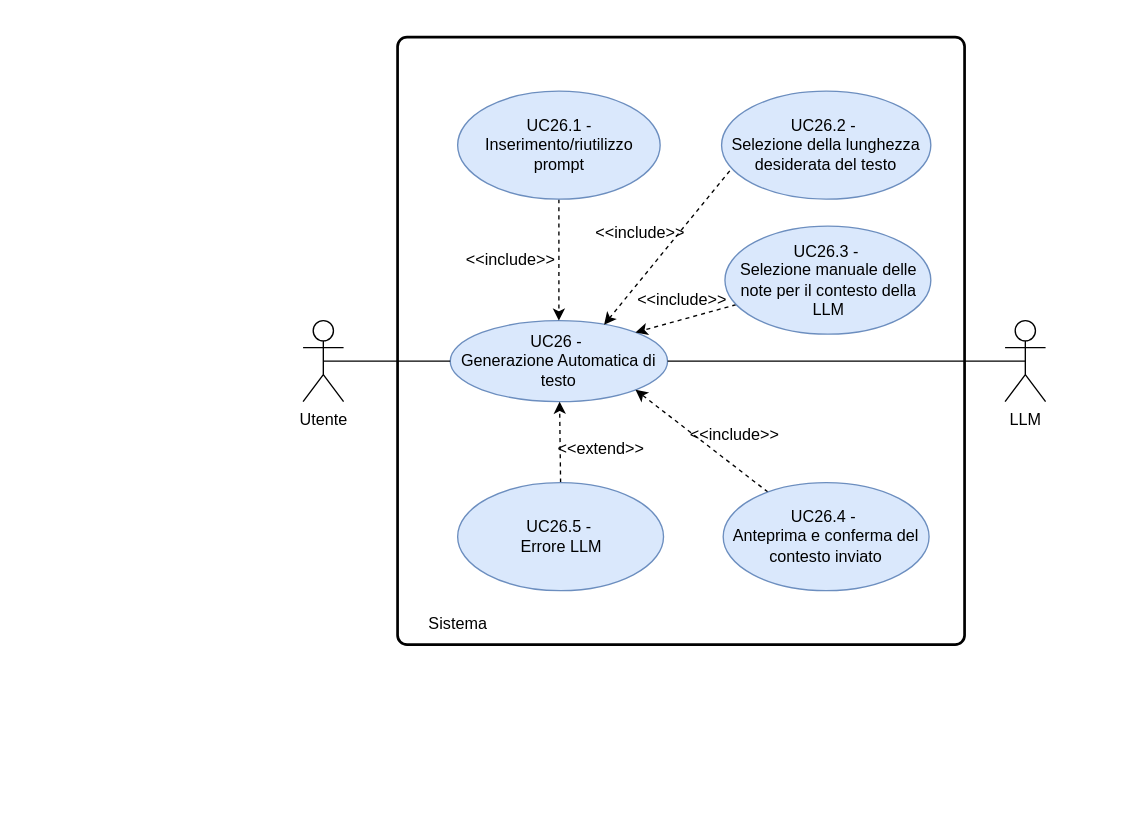
Above: RTB/doc_esterna/analisi-dei-requisiti/assets/draw.io/UC26.drawio in thebitless-group-swe/thebitless.github.io (draw.io), before the change. Source tidied: cells renumbered, new cells numbered last; positions are measured from the earlier drawing's top-left corner, leaving out a move shared by most shapes. Both pictures are drawn from the tidied source at 135%, with x=0, y=0 at pixel (302, 36).
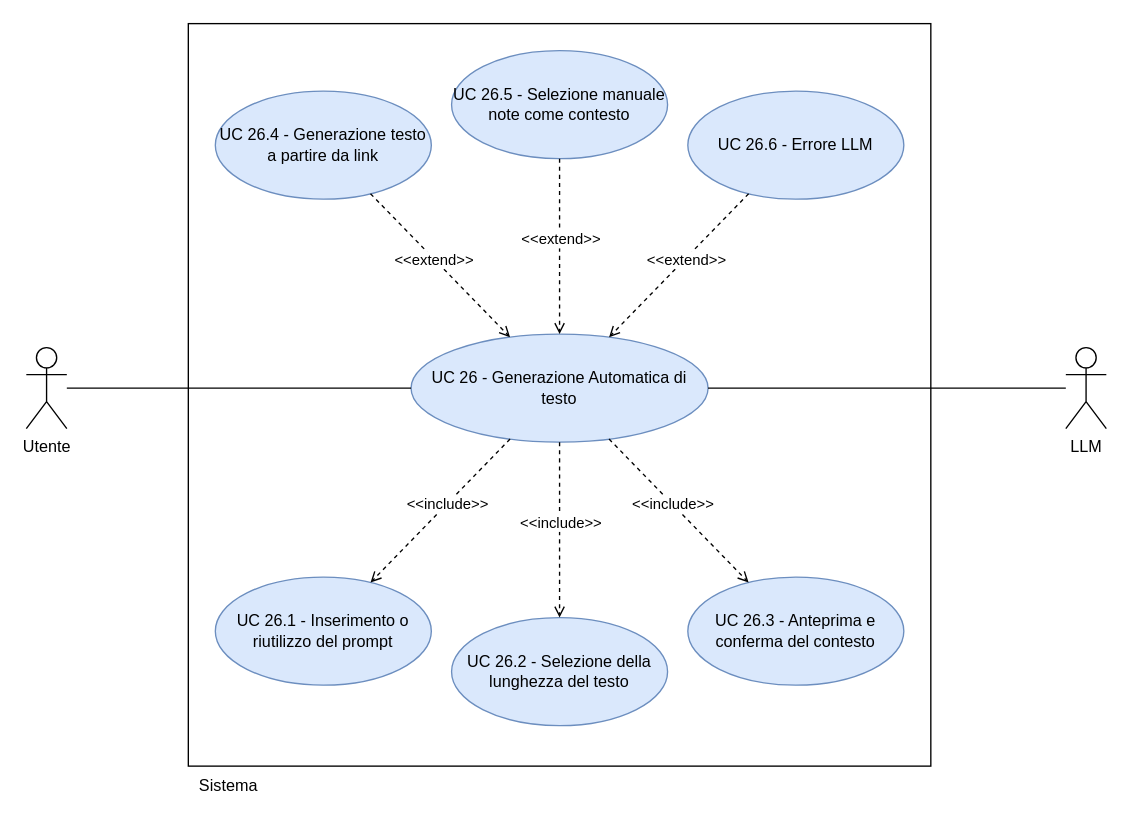
Above is the later version.

Diff of the diagram source:
```diff
@@
-    <mxCell id="2" style="rounded=1;whiteSpace=wrap;html=1;absoluteArcSize=1;arcSize=14;strokeWidth=2;" parent="1" vertex="1">
-      <mxGeometry x="70" width="420" height="450" as="geometry" />
-    </mxCell>
     <mxCell id="3" value="Utente" style="shape=umlActor;verticalLabelPosition=bottom;verticalAlign=top;html=1;outlineConnect=0;" parent="1" vertex="1">
-      <mxGeometry y="210" width="30" height="60" as="geometry" />
+      <mxGeometry x="-205" y="230" width="30" height="60" as="geometry" />
     </mxCell>
-    <mxCell id="4" value="LLM&lt;div&gt;&lt;br&gt;&lt;/div&gt;" style="shape=umlActor;verticalLabelPosition=bottom;verticalAlign=top;html=1;outlineConnect=0;" parent="1" vertex="1">
-      <mxGeometry x="520" y="210" width="30" height="60" as="geometry" />
+    <mxCell id="4" value="LLM" style="shape=umlActor;verticalLabelPosition=bottom;verticalAlign=top;html=1;outlineConnect=0;" parent="1" vertex="1">
+      <mxGeometry x="565" y="230" width="30" height="60" as="geometry" />
     </mxCell>
+    <mxCell id="24" style="whiteSpace=wrap;html=1;" parent="1" vertex="1">
+      <mxGeometry x="-85" y="-10" width="550" height="550" as="geometry" />
+    </mxCell>
     <mxCell id="5" value="Sistema" style="text;html=1;whiteSpace=wrap;strokeColor=none;fillColor=none;align=center;verticalAlign=middle;rounded=0;" parent="1" vertex="1">
-      <mxGeometry x="70" y="420" width="90" height="30" as="geometry" />
+      <mxGeometry x="-85" y="540" width="60" height="30" as="geometry" />
     </mxCell>
-    <mxCell id="6" value="UC26 -&amp;nbsp;&lt;div&gt;Generazione Automatica di testo&lt;/div&gt;" style="ellipse;whiteSpace=wrap;html=1;fillColor=#dae8fc;strokeColor=#6c8ebf;" parent="1" vertex="1">
-      <mxGeometry x="109" y="210" width="161" height="60" as="geometry" />
-    </mxCell>
-    <mxCell id="7" style="edgeStyle=orthogonalEdgeStyle;rounded=0;jettySize=auto;html=1;dashed=1;" parent="1" edge="1" source="8" target="6">
-      <mxGeometry relative="1" as="geometry" />
-    </mxCell>
-    <mxCell id="8" value="UC26.1 - Inserimento/riutilizzo prompt" style="ellipse;whiteSpace=wrap;html=1;fillColor=#dae8fc;strokeColor=#6c8ebf;" parent="1" vertex="1">
-      <mxGeometry x="114.5" y="40" width="150" height="80" as="geometry" />
-    </mxCell>
-    <mxCell id="9" style="rounded=0;jettySize=auto;html=1;entryX=0.708;entryY=0.05;entryDx=0;entryDy=0;exitX=0.039;exitY=0.738;exitDx=0;exitDy=0;entryPerimeter=0;exitPerimeter=0;dashed=1;" parent="1" edge="1" source="10" target="6">
-      <mxGeometry relative="1" as="geometry" />
-    </mxCell>
-    <mxCell id="10" value="UC26.2 -&amp;nbsp;&lt;div&gt;Selezione della lunghezza desiderata del testo&lt;/div&gt;" style="ellipse;whiteSpace=wrap;html=1;fillColor=#dae8fc;strokeColor=#6c8ebf;" parent="1" vertex="1">
-      <mxGeometry x="310" y="40" width="155" height="80" as="geometry" />
-    </mxCell>
-    <mxCell id="11" style="rounded=0;jettySize=auto;html=1;entryX=1;entryY=0;entryDx=0;entryDy=0;dashed=1;" parent="1" edge="1" source="12" target="6">
-      <mxGeometry relative="1" as="geometry" />
-    </mxCell>
-    <mxCell id="12" value="UC26.3 -&amp;nbsp;&lt;div&gt;Selezione manuale delle note per il contesto della LLM&lt;/div&gt;" style="ellipse;whiteSpace=wrap;html=1;fillColor=#dae8fc;strokeColor=#6c8ebf;" parent="1" vertex="1">
-      <mxGeometry x="312.5" y="140" width="152.5" height="80" as="geometry" />
-    </mxCell>
-    <mxCell id="13" style="endArrow=none;html=1;rounded=0;exitX=0.5;exitY=0.5;exitDx=0;exitDy=0;exitPerimeter=0;entryX=0;entryY=0.5;entryDx=0;entryDy=0;" parent="1" edge="1" source="3" target="6">
-      <mxGeometry relative="1" as="geometry" />
-    </mxCell>
-    <mxCell id="14" style="endArrow=none;html=1;rounded=0;entryX=0.5;entryY=0.5;entryDx=0;entryDy=0;entryPerimeter=0;exitX=1;exitY=0.5;exitDx=0;exitDy=0;" parent="1" edge="1" source="6" target="4">
-      <mxGeometry relative="1" as="geometry" />
-    </mxCell>
-    <mxCell id="15" style="rounded=0;jettySize=auto;html=1;entryX=1;entryY=1;entryDx=0;entryDy=0;dashed=1;" parent="1" edge="1" source="16" target="6">
-      <mxGeometry relative="1" as="geometry" />
-    </mxCell>
-    <mxCell id="16" value="UC26.4 -&amp;nbsp;&lt;div&gt;Anteprima e conferma del contesto inviato&lt;/div&gt;" style="ellipse;whiteSpace=wrap;html=1;fillColor=#dae8fc;strokeColor=#6c8ebf;" parent="1" vertex="1">
-      <mxGeometry x="311.2" y="330" width="152.5" height="80" as="geometry" />
-    </mxCell>
-    <mxCell id="17" style="rounded=0;jettySize=auto;html=1;dashed=1;" parent="1" edge="1" source="18">
-      <mxGeometry relative="1" as="geometry">
-        <mxPoint x="190" y="270" as="targetPoint" />
-      </mxGeometry>
-    </mxCell>
-    <mxCell id="18" value="UC26.5 -&amp;nbsp;&lt;div&gt;Errore LLM&lt;/div&gt;" style="ellipse;whiteSpace=wrap;html=1;fillColor=#dae8fc;strokeColor=#6c8ebf;" parent="1" vertex="1">
-      <mxGeometry x="114.5" y="330" width="152.5" height="80" as="geometry" />
-    </mxCell>
-    <mxCell id="19" value="&amp;lt;&amp;lt;include&amp;gt;&amp;gt;" style="text;html=1;whiteSpace=wrap;strokeColor=none;fillColor=none;align=center;verticalAlign=middle;rounded=0;" parent="1" vertex="1">
-      <mxGeometry x="124" y="150" width="60" height="30" as="geometry" />
-    </mxCell>
-    <mxCell id="20" value="&amp;lt;&amp;lt;include&amp;gt;&amp;gt;" style="text;html=1;whiteSpace=wrap;strokeColor=none;fillColor=none;align=center;verticalAlign=middle;rounded=0;" parent="1" vertex="1">
-      <mxGeometry x="220" y="130" width="60" height="30" as="geometry" />
-    </mxCell>
-    <mxCell id="21" value="&amp;lt;&amp;lt;include&amp;gt;&amp;gt;" style="text;html=1;whiteSpace=wrap;strokeColor=none;fillColor=none;align=center;verticalAlign=middle;rounded=0;" parent="1" vertex="1">
-      <mxGeometry x="251.2" y="180" width="60" height="30" as="geometry" />
-    </mxCell>
-    <mxCell id="22" value="&amp;lt;&amp;lt;include&amp;gt;&amp;gt;" style="text;html=1;whiteSpace=wrap;strokeColor=none;fillColor=none;align=center;verticalAlign=middle;rounded=0;" parent="1" vertex="1">
-      <mxGeometry x="290" y="280" width="60" height="30" as="geometry" />
-    </mxCell>
-    <mxCell id="23" value="&amp;lt;&amp;lt;extend&amp;gt;&amp;gt;" style="text;html=1;whiteSpace=wrap;strokeColor=none;fillColor=none;align=center;verticalAlign=middle;rounded=0;" parent="1" vertex="1">
-      <mxGeometry x="191.2" y="290" width="60" height="30" as="geometry" />
-    </mxCell>
+    <mxCell id="25" value="UC 26 - Generazione Automatica di testo" style="ellipse;whiteSpace=wrap;html=1;fillColor=#dae8fc;strokeColor=#6c8ebf;" parent="1" vertex="1">
+      <mxGeometry x="80" y="220" width="220" height="80" as="geometry" />
+    </mxCell>
+    <mxCell id="26" value="UC 26.1 - Inserimento o riutilizzo del prompt" style="ellipse;whiteSpace=wrap;html=1;fillColor=#dae8fc;strokeColor=#6c8ebf;" parent="1" vertex="1">
+      <mxGeometry x="-65" y="400" width="160" height="80" as="geometry" />
+    </mxCell>
+    <mxCell id="27" value="UC 26.2 - Selezione della lunghezza del testo" style="ellipse;whiteSpace=wrap;html=1;fillColor=#dae8fc;strokeColor=#6c8ebf;" parent="1" vertex="1">
+      <mxGeometry x="110" y="430" width="160" height="80" as="geometry" />
+    </mxCell>
+    <mxCell id="28" value="UC 26.3 - Anteprima e conferma del contesto" style="ellipse;whiteSpace=wrap;html=1;fillColor=#dae8fc;strokeColor=#6c8ebf;" parent="1" vertex="1">
+      <mxGeometry x="285" y="400" width="160" height="80" as="geometry" />
+    </mxCell>
+    <mxCell id="29" value="UC 26.4 - Generazione testo a partire da link" style="ellipse;whiteSpace=wrap;html=1;fillColor=#dae8fc;strokeColor=#6c8ebf;" parent="1" vertex="1">
+      <mxGeometry x="-65" y="40" width="160" height="80" as="geometry" />
+    </mxCell>
+    <mxCell id="30" value="UC 26.5 - Selezione manuale note come contesto" style="ellipse;whiteSpace=wrap;html=1;fillColor=#dae8fc;strokeColor=#6c8ebf;" parent="1" vertex="1">
+      <mxGeometry x="110" y="10" width="160" height="80" as="geometry" />
+    </mxCell>
+    <mxCell id="31" value="UC 26.6 - Errore LLM" style="ellipse;whiteSpace=wrap;html=1;fillColor=#dae8fc;strokeColor=#6c8ebf;" parent="1" vertex="1">
+      <mxGeometry x="285" y="40" width="160" height="80" as="geometry" />
+    </mxCell>
+    <mxCell id="32" style="edgeStyle=none;rounded=0;jettySize=auto;html=1;endArrow=none;endFill=0;" parent="1" edge="1" source="3" target="25">
+      <mxGeometry relative="1" as="geometry" />
+    </mxCell>
+    <mxCell id="33" style="edgeStyle=none;rounded=0;jettySize=auto;html=1;endArrow=none;endFill=0;" parent="1" edge="1" source="4" target="25">
+      <mxGeometry relative="1" as="geometry" />
+    </mxCell>
+    <mxCell id="34" style="edgeStyle=none;rounded=0;jettySize=auto;html=1;endArrow=open;endFill=0;dashed=1;" parent="1" edge="1" source="25" target="26">
+      <mxGeometry relative="1" as="geometry" />
+    </mxCell>
+    <mxCell id="35" value="&amp;lt;&amp;lt;include&amp;gt;&amp;gt;" style="edgeLabel;html=1;align=center;verticalAlign=middle;" parent="34" vertex="1">
+      <mxGeometry x="-0.1" relative="1" as="geometry" />
+    </mxCell>
+    <mxCell id="36" style="edgeStyle=none;rounded=0;jettySize=auto;html=1;endArrow=open;endFill=0;dashed=1;" parent="1" edge="1" source="25" target="27">
+      <mxGeometry relative="1" as="geometry" />
+    </mxCell>
+    <mxCell id="37" value="&amp;lt;&amp;lt;include&amp;gt;&amp;gt;" style="edgeLabel;html=1;align=center;verticalAlign=middle;" parent="36" vertex="1">
+      <mxGeometry x="-0.1" relative="1" as="geometry" />
+    </mxCell>
+    <mxCell id="38" style="edgeStyle=none;rounded=0;jettySize=auto;html=1;endArrow=open;endFill=0;dashed=1;" parent="1" edge="1" source="25" target="28">
+      <mxGeometry relative="1" as="geometry" />
+    </mxCell>
+    <mxCell id="39" value="&amp;lt;&amp;lt;include&amp;gt;&amp;gt;" style="edgeLabel;html=1;align=center;verticalAlign=middle;" parent="38" vertex="1">
+      <mxGeometry x="-0.1" relative="1" as="geometry" />
+    </mxCell>
+    <mxCell id="40" style="edgeStyle=none;rounded=0;jettySize=auto;html=1;endArrow=open;endFill=0;dashed=1;" parent="1" edge="1" source="29" target="25">
+      <mxGeometry relative="1" as="geometry" />
+    </mxCell>
+    <mxCell id="41" value="&amp;lt;&amp;lt;extend&amp;gt;&amp;gt;" style="edgeLabel;html=1;align=center;verticalAlign=middle;" parent="40" vertex="1">
+      <mxGeometry x="-0.1" relative="1" as="geometry" />
+    </mxCell>
+    <mxCell id="42" style="edgeStyle=none;rounded=0;jettySize=auto;html=1;endArrow=open;endFill=0;dashed=1;" parent="1" edge="1" source="30" target="25">
+      <mxGeometry relative="1" as="geometry" />
+    </mxCell>
+    <mxCell id="43" value="&amp;lt;&amp;lt;extend&amp;gt;&amp;gt;" style="edgeLabel;html=1;align=center;verticalAlign=middle;" parent="42" vertex="1">
+      <mxGeometry x="-0.1" relative="1" as="geometry" />
+    </mxCell>
+    <mxCell id="44" style="edgeStyle=none;rounded=0;jettySize=auto;html=1;endArrow=open;endFill=0;dashed=1;" parent="1" edge="1" source="31" target="25">
+      <mxGeometry relative="1" as="geometry" />
+    </mxCell>
+    <mxCell id="45" value="&amp;lt;&amp;lt;extend&amp;gt;&amp;gt;" style="edgeLabel;html=1;align=center;verticalAlign=middle;" parent="44" vertex="1">
+      <mxGeometry x="-0.1" relative="1" as="geometry" />
+    </mxCell>
```
